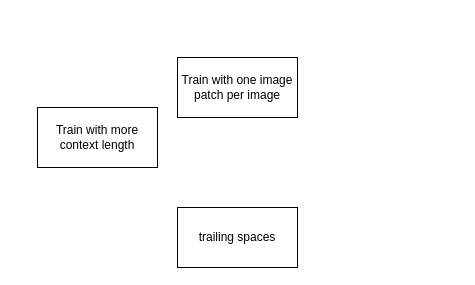
Earlier version of the draw.io diagram rand_codes/plan.drawio (sm745052/cp). Source tidied: cells renumbered, new cells numbered last; positions are measured from the earlier drawing's top-left corner, leaving out a move shared by most shapes. Both pictures are drawn from the tidied source at 100%, with x=0, y=0 at pixel (37, 57).
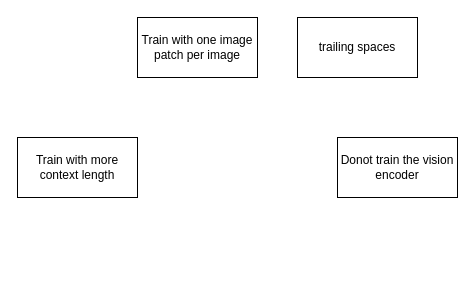
The same diagram, later.

What changed in the source:
```diff
@@
 <mxGraphModel>
   <root>
     <mxCell id="0" />
     <mxCell id="1" parent="0" />
     <mxCell id="2" value="Train with more context length" style="rounded=0;whiteSpace=wrap;html=1;" parent="1" vertex="1">
-      <mxGeometry y="50" width="120" height="60" as="geometry" />
+      <mxGeometry x="-20" y="80" width="120" height="60" as="geometry" />
     </mxCell>
     <mxCell id="3" value="Train with one image patch per image" style="rounded=0;whiteSpace=wrap;html=1;" parent="1" vertex="1">
-      <mxGeometry x="140" width="120" height="60" as="geometry" />
+      <mxGeometry x="100" y="-40" width="120" height="60" as="geometry" />
     </mxCell>
     <mxCell id="4" value="trailing spaces" style="rounded=0;whiteSpace=wrap;html=1;" parent="1" vertex="1">
-      <mxGeometry x="140" y="150" width="120" height="60" as="geometry" />
+      <mxGeometry x="260" y="-40" width="120" height="60" as="geometry" />
     </mxCell>
+    <mxCell id="5" value="Donot train the vision encoder" style="rounded=0;whiteSpace=wrap;html=1;" parent="1" vertex="1">
+      <mxGeometry x="300" y="80" width="120" height="60" as="geometry" />
+    </mxCell>
   </root>
 </mxGraphModel>
```
